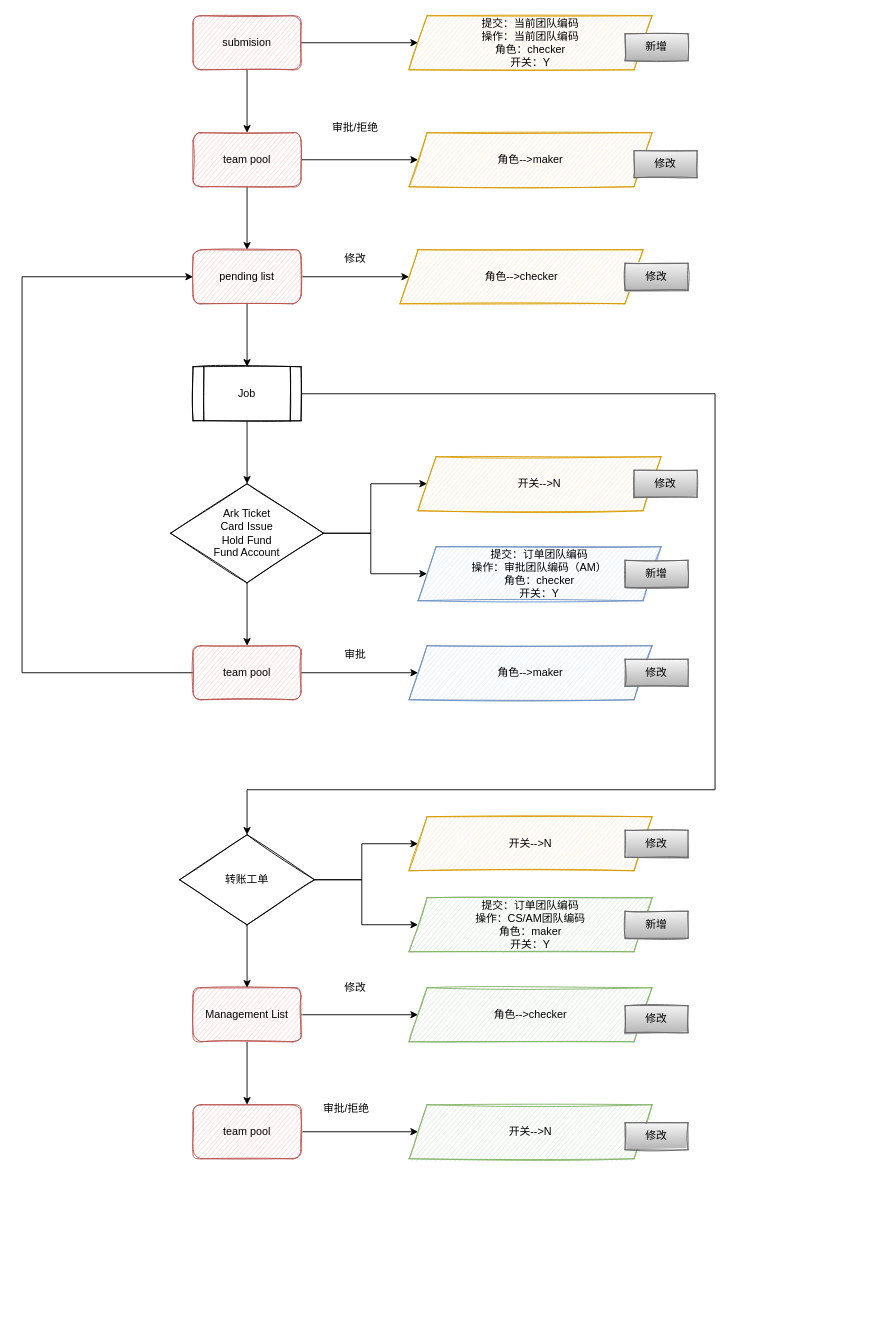
Before: page "第 3 页" (3 of 3) of am销户流程.drawio in QirongZhang/draw.io.repo, a draw.io diagram. Source tidied: cells renumbered, new cells numbered last; positions are measured from the earlier drawing's top-left corner, leaving out a move shared by most shapes. Both pictures are drawn from the tidied source at 90%, with x=0, y=0 at pixel (22, 15).
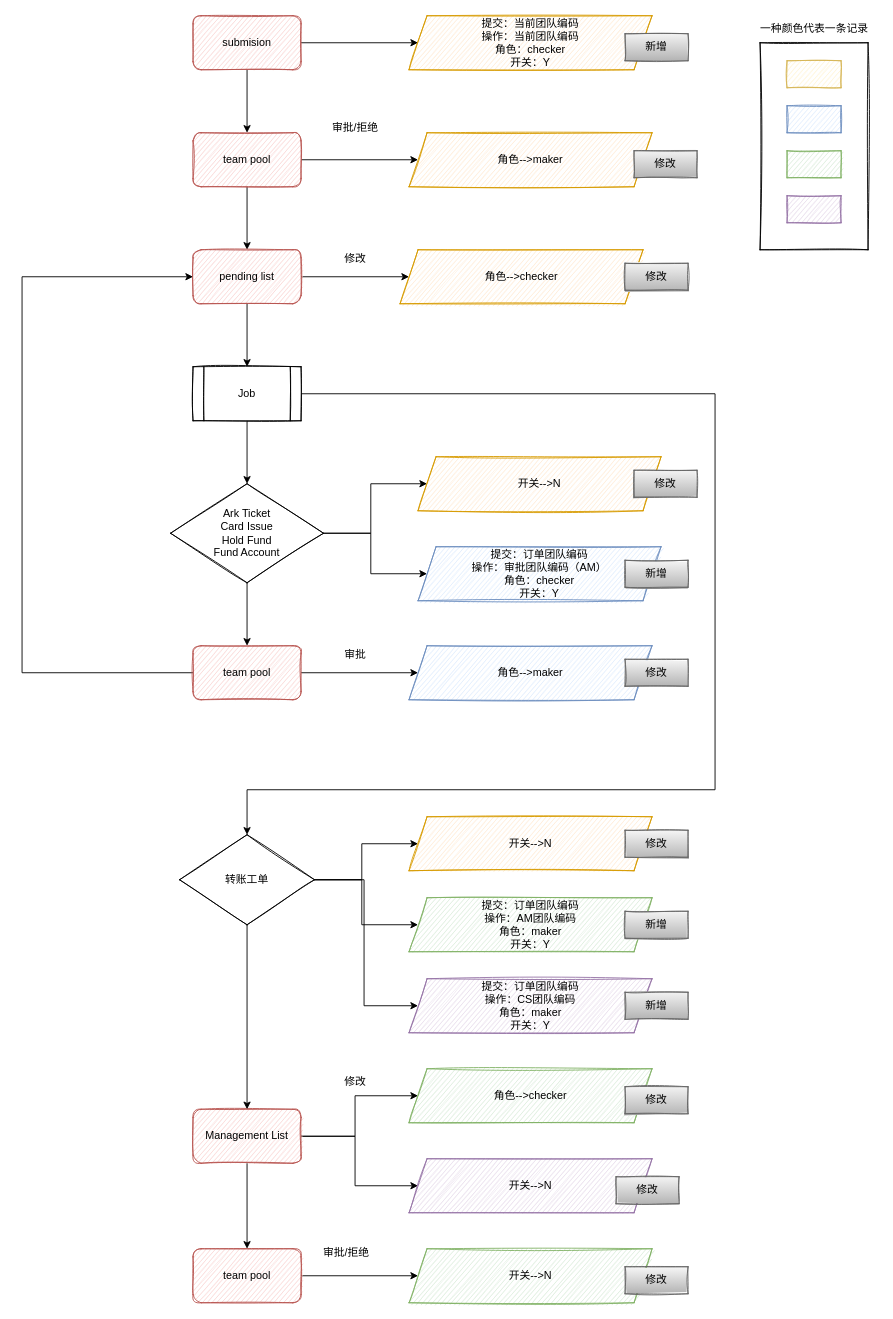
The same diagram, later.

Commit message:
更新am销户流程.drawio

Unchanged cells that the change refers to:
```xml
<mxCell id="36" value="转账工单" style="rhombus;whiteSpace=wrap;html=1;sketch=1;" parent="1" vertex="1">
  <mxGeometry x="175" y="910" width="150" height="100" as="geometry" />
</mxCell>
<mxCell id="56" style="group;" parent="1" vertex="1">
  <mxGeometry x="430" y="980" width="310" height="60" as="geometry" />
</mxCell>
```

What changed in the source:
```diff
@@
+    <mxCell id="59" style="rounded=0;whiteSpace=wrap;html=1;sketch=1;" parent="1" vertex="1">
+      <mxGeometry x="820" y="30" width="120" height="230" as="geometry" />
+    </mxCell>
@@
+    <mxCell id="60" style="edgeStyle=orthogonalEdgeStyle;rounded=0;jettySize=auto;html=1;exitX=1;exitY=0.5;exitDx=0;exitDy=0;entryX=0;entryY=0.5;entryDx=0;entryDy=0;" parent="1" edge="1" source="30" target="70">
+      <mxGeometry relative="1" as="geometry" />
+    </mxCell>
     <mxCell id="30" value="Management List" style="rounded=1;whiteSpace=wrap;html=1;sketch=1;fillColor=#f8cecc;strokeColor=#b85450;" parent="1" vertex="1">
-      <mxGeometry x="190" y="1080" width="120" height="60" as="geometry" />
+      <mxGeometry x="190" y="1215" width="120" height="60" as="geometry" />
     </mxCell>
@@
     <mxCell id="32" value="team pool" style="rounded=1;whiteSpace=wrap;html=1;sketch=1;fillColor=#f8cecc;strokeColor=#b85450;" parent="1" vertex="1">
-      <mxGeometry x="190" y="1210" width="120" height="60" as="geometry" />
+      <mxGeometry x="190" y="1370" width="120" height="60" as="geometry" />
     </mxCell>
@@
+    <mxCell id="61" style="edgeStyle=orthogonalEdgeStyle;rounded=0;jettySize=auto;html=1;exitX=1;exitY=0.5;exitDx=0;exitDy=0;entryX=0;entryY=0.5;entryDx=0;entryDy=0;" parent="1" edge="1" source="36" target="67">
+      <mxGeometry relative="1" as="geometry">
+        <Array as="points">
+          <mxPoint x="380" y="960" />
+          <mxPoint x="380" y="1100" />
+        </Array>
+      </mxGeometry>
+    </mxCell>
@@
-    <mxCell id="37" value="角色--&amp;gt;checker" style="shape=parallelogram;perimeter=parallelogramPerimeter;whiteSpace=wrap;html=1;fixedSize=1;sketch=1;fillColor=#d5e8d4;strokeColor=#82b366;" parent="1" vertex="1">
-      <mxGeometry x="430" y="1080" width="270" height="60" as="geometry" />
-    </mxCell>
     <mxCell id="38" value="修改" style="text;html=1;align=center;verticalAlign=middle;strokeColor=none;fillColor=none;" parent="1" vertex="1">
-      <mxGeometry x="345" y="1065" width="50" height="30" as="geometry" />
+      <mxGeometry x="345" y="1170" width="50" height="30" as="geometry" />
     </mxCell>
@@
-    <mxCell id="43" value="修改" style="rounded=0;whiteSpace=wrap;html=1;sketch=1;fillColor=#f5f5f5;gradientColor=#b3b3b3;strokeColor=#666666;" parent="1" vertex="1">
-      <mxGeometry x="670" y="1100" width="70" height="30" as="geometry" />
-    </mxCell>
     <mxCell id="44" value="审批/拒绝" style="text;html=1;align=center;verticalAlign=middle;strokeColor=none;fillColor=none;" parent="1" vertex="1">
-      <mxGeometry x="325" y="1200" width="70" height="30" as="geometry" />
+      <mxGeometry x="325" y="1360" width="70" height="30" as="geometry" />
     </mxCell>
     <mxCell id="45" value="开关--&amp;gt;N" style="shape=parallelogram;perimeter=parallelogramPerimeter;whiteSpace=wrap;html=1;fixedSize=1;sketch=1;fillColor=#d5e8d4;strokeColor=#82b366;" parent="1" vertex="1">
-      <mxGeometry x="430" y="1210" width="270" height="60" as="geometry" />
+      <mxGeometry x="430" y="1370" width="270" height="60" as="geometry" />
     </mxCell>
     <mxCell id="46" value="修改" style="rounded=0;whiteSpace=wrap;html=1;sketch=1;fillColor=#f5f5f5;gradientColor=#b3b3b3;strokeColor=#666666;" parent="1" vertex="1">
-      <mxGeometry x="670" y="1230" width="70" height="30" as="geometry" />
+      <mxGeometry x="670" y="1390" width="70" height="30" as="geometry" />
     </mxCell>
@@
-    <mxCell id="57" value="提交：订单团队编码&lt;br&gt;操作：CS/AM团队编码&lt;br&gt;角色：maker&lt;br&gt;开关：Y" style="shape=parallelogram;perimeter=parallelogramPerimeter;whiteSpace=wrap;html=1;fixedSize=1;sketch=1;fillColor=#d5e8d4;strokeColor=#82b366;" parent="56" vertex="1">
+    <mxCell id="57" value="提交：订单团队编码&lt;br&gt;操作：AM团队编码&lt;br&gt;角色：maker&lt;br&gt;开关：Y" style="shape=parallelogram;perimeter=parallelogramPerimeter;whiteSpace=wrap;html=1;fixedSize=1;sketch=1;fillColor=#d5e8d4;strokeColor=#82b366;" parent="56" vertex="1">
       <mxGeometry width="270" height="60" as="geometry" />
     </mxCell>
@@
+    <mxCell id="62" style="rounded=0;whiteSpace=wrap;html=1;sketch=1;fillColor=#fff2cc;strokeColor=#d6b656;" parent="1" vertex="1">
+      <mxGeometry x="850" y="50" width="60" height="30" as="geometry" />
+    </mxCell>
+    <mxCell id="63" style="rounded=0;whiteSpace=wrap;html=1;sketch=1;fillColor=#dae8fc;strokeColor=#6c8ebf;" parent="1" vertex="1">
+      <mxGeometry x="850" y="100" width="60" height="30" as="geometry" />
+    </mxCell>
+    <mxCell id="64" style="rounded=0;whiteSpace=wrap;html=1;sketch=1;fillColor=#d5e8d4;strokeColor=#82b366;" parent="1" vertex="1">
+      <mxGeometry x="850" y="150" width="60" height="30" as="geometry" />
+    </mxCell>
+    <mxCell id="65" value="一种颜色代表一条记录" style="text;html=1;align=center;verticalAlign=middle;strokeColor=none;fillColor=none;" parent="1" vertex="1">
+      <mxGeometry x="810" width="140" height="30" as="geometry" />
+    </mxCell>
+    <mxCell id="66" style="group;" parent="1" vertex="1">
+      <mxGeometry x="430" y="1070" width="310" height="60" as="geometry" />
+    </mxCell>
+    <mxCell id="67" value="提交：订单团队编码&lt;br&gt;操作：CS团队编码&lt;br&gt;角色：maker&lt;br&gt;开关：Y" style="shape=parallelogram;perimeter=parallelogramPerimeter;whiteSpace=wrap;html=1;fixedSize=1;sketch=1;fillColor=#e1d5e7;strokeColor=#9673a6;" parent="66" vertex="1">
+      <mxGeometry width="270" height="60" as="geometry" />
+    </mxCell>
+    <mxCell id="68" value="新增" style="rounded=0;whiteSpace=wrap;html=1;sketch=1;fillColor=#f5f5f5;gradientColor=#b3b3b3;strokeColor=#666666;" parent="66" vertex="1">
+      <mxGeometry x="240" y="15" width="70" height="30" as="geometry" />
+    </mxCell>
+    <mxCell id="69" style="group;" parent="1" vertex="1">
+      <mxGeometry x="430" y="1170" width="310" height="60" as="geometry" />
+    </mxCell>
+    <mxCell id="37" value="角色--&amp;gt;checker" style="shape=parallelogram;perimeter=parallelogramPerimeter;whiteSpace=wrap;html=1;fixedSize=1;sketch=1;fillColor=#d5e8d4;strokeColor=#82b366;" parent="69" vertex="1">
+      <mxGeometry width="270" height="60" as="geometry" />
+    </mxCell>
+    <mxCell id="43" value="修改" style="rounded=0;whiteSpace=wrap;html=1;sketch=1;fillColor=#f5f5f5;gradientColor=#b3b3b3;strokeColor=#666666;" parent="69" vertex="1">
+      <mxGeometry x="240" y="20" width="70" height="30" as="geometry" />
+    </mxCell>
+    <mxCell id="70" value="开关--&amp;gt;N" style="shape=parallelogram;perimeter=parallelogramPerimeter;whiteSpace=wrap;html=1;fixedSize=1;sketch=1;fillColor=#e1d5e7;strokeColor=#9673a6;" parent="1" vertex="1">
+      <mxGeometry x="430" y="1270" width="270" height="60" as="geometry" />
+    </mxCell>
+    <mxCell id="71" value="修改" style="rounded=0;whiteSpace=wrap;html=1;sketch=1;fillColor=#f5f5f5;gradientColor=#b3b3b3;strokeColor=#666666;" parent="1" vertex="1">
+      <mxGeometry x="660" y="1290" width="70" height="30" as="geometry" />
+    </mxCell>
+    <mxCell id="72" style="rounded=0;whiteSpace=wrap;html=1;sketch=1;fillColor=#e1d5e7;strokeColor=#9673a6;" parent="1" vertex="1">
+      <mxGeometry x="850" y="200" width="60" height="30" as="geometry" />
+    </mxCell>
```
